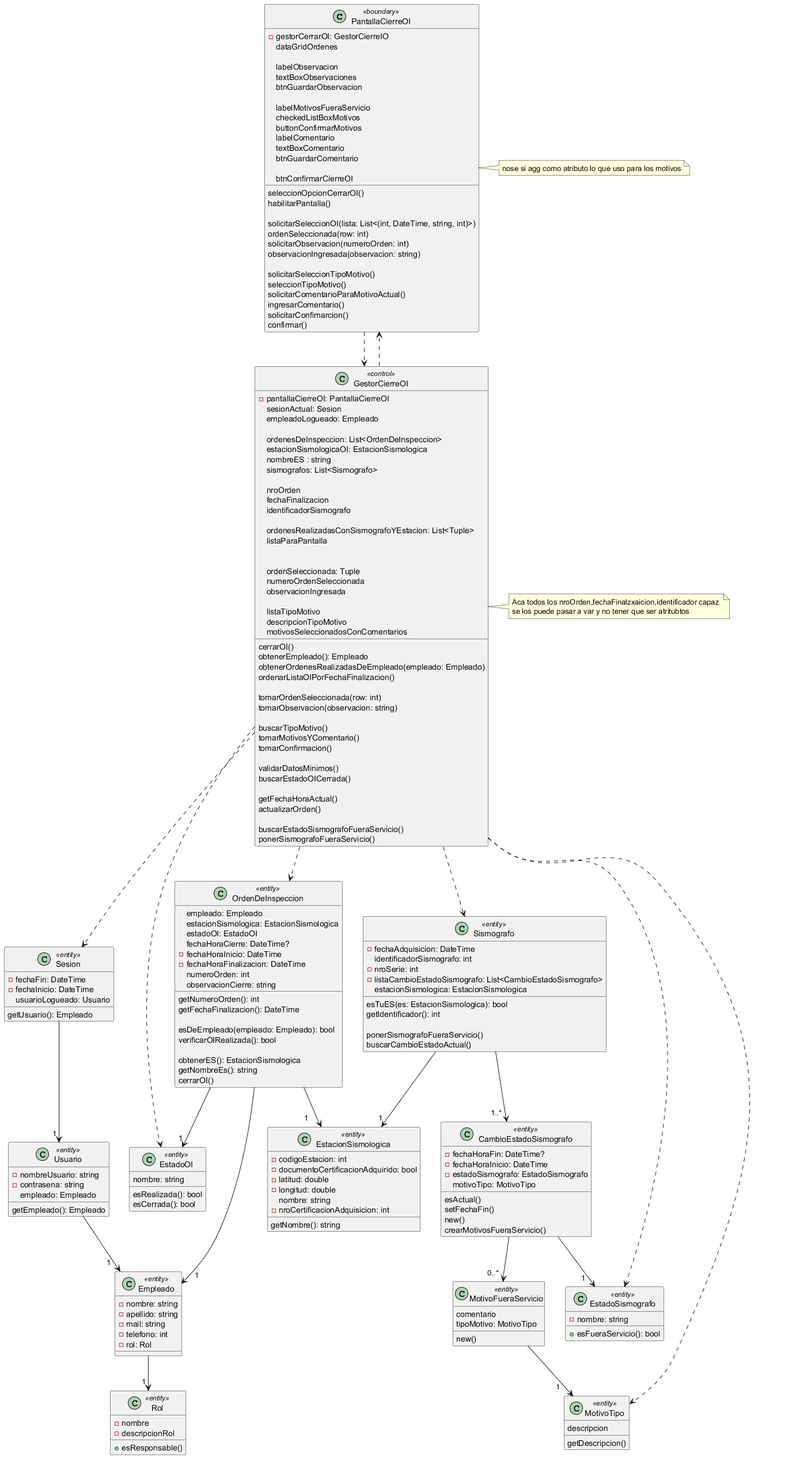
Earlier version of the PlantUML export PPAISismos/PPAISismos/Diagramas/DiagramaDeClasesPLANTUML.png (EmilioGalimberti/PPAISismo1eraEntrega). Source of this version:
```plantuml
@startuml
class PantallaCierreOI <<boundary>> {
    - gestorCerrarOI: GestorCierreIO
    dataGridOrdenes

    labelObservacion
    textBoxObservaciones
    btnGuardarObservacion

    labelMotivosFueraServicio
    checkedListBoxMotivos
    buttonConfirmarMotivos
    labelComentario
    textBoxComentario
    btnGuardarComentario

    btnConfirmarCierreOI

    seleccionOpcionCerrarOI()
    habilitarPantalla()

    solicitarSeleccionOI(lista: List<(int, DateTime, string, int)>)
    ordenSeleccionada(row: int)
    solicitarObservacion(numeroOrden: int)
    observacionIngresada(observacion: string)

    solicitarSeleccionTipoMotivo()
    seleccionTipoMotivo()
    solicitarComentarioParaMotivoActual()
    ingresarComentario()
    solicitarConfimarcion()
    confirmar()


}
note right: nose si agg como atributo lo que uso para los motivos

class GestorCierreOI <<control>> {
    - pantallaCierreOI: PantallaCierreOI
    sesionActual: Sesion
    empleadoLogueado: Empleado

    ordenesDeInspeccion: List<OrdenDeInspeccion>
    estacionSismologicaOI: EstacionSismologica
    nombreES : string
    sismografos: List<Sismografo>

    nroOrden
    fechaFinalizacion
    identificadorSismografo

    ordenesRealizadasConSismografoYEstacion: List<Tuple>
    listaParaPantalla


    ordenSeleccionada: Tuple
    numeroOrdenSeleccionada
    observacionIngresada

    listaTipoMotivo
    descripcionTipoMotivo
    motivosSeleccionadosConComentarios


    cerrarOI()
    obtenerEmpleado(): Empleado
    obtenerOrdenesRealizadasDeEmpleado(empleado: Empleado)
    ordenarListaOIPorFechaFinalizacion()

    tomarOrdenSeleccionada(row: int)
    tomarObservacion(observacion: string)

    buscarTipoMotivo()
    tomarMotivosYComentario()
    tomarConfirmacion()

    validarDatosMinimos()
    buscarEstadoOICerrada()

    getFechaHoraActual()
    actualizarOrden()

    buscarEstadoSismografoFueraServicio()
    ponerSismografoFueraServicio()

}

note right
Aca todos los nroOrden,fechaFinalzxaicion,identificador capaz
se los puede pasar a var y no tener que ser atritubtos
end note

class Sesion <<entity>> {
    - fechaFin: DateTime
    - fechaInicio: DateTime
    usuarioLogueado: Usuario
    getUsuario(): Empleado
}

class Usuario <<entity>> {
    - nombreUsuario: string
    - contrasena: string
    empleado: Empleado
    getEmpleado(): Empleado
}

class Empleado <<entity>> {
    - nombre: string
    - apellido: string
    - mail: string
    - telefono: int
    - rol: Rol

}

class Rol <<entity>>{
-nombre
-descripcionRol
+esResponsable()
}

class OrdenDeInspeccion <<entity>> {
    empleado: Empleado
      estacionSismologica: EstacionSismologica
      estadoOI: EstadoOI
      fechaHoraCierre: DateTime?
      - fechaHoraInicio: DateTime
      - fechaHoraFinalizacion: DateTime
      numeroOrden: int
      observacionCierre: string
      getNumeroOrden(): int
      getFechaFinalizacion(): DateTime

    esDeEmpleado(empleado: Empleado): bool
    verificarOIRealizada(): bool

    obtenerES(): EstacionSismologica
    getNombreEs(): string


    cerrarOI()
}

class EstadoOI <<entity>>{
      nombre: string
      esRealizada(): bool
      esCerrada(): bool
  }

class EstacionSismologica <<entity>>
{
- codigoEstacion: int
      - documentoCertificacionAdquirido: bool
      - latitud: double
      - longitud: double
      nombre: string
      - nroCertificacionAdquisicion: int
      getNombre(): string
}

class Sismografo <<entity>> {
     -fechaAdquisicion: DateTime
      identificadorSismografo: int
      - nroSerie: int
      - listaCambioEstadoSismografo: List<CambioEstadoSismografo>
      estacionSismologica: EstacionSismologica
      esTuES(es: EstacionSismologica): bool
      getIdentificador(): int

      ponerSismografoFueraServicio()
      buscarCambioEstadoActual()
}

class EstadoSismografo <<entity>> {
      - nombre: string
      + esFueraServicio(): bool
}

 class CambioEstadoSismografo <<entity>>{
      - fechaHoraFin: DateTime?
      - fechaHoraInicio: DateTime
      - estadoSismografo: EstadoSismografo
      motivoTipo: MotivoTipo

      esActual()
      setFechaFin()
      new()
      crearMotivosFueraServicio()
  }

class MotivoTipo <<entity>>{
   descripcion
   getDescripcion()
}

class MotivoFueraServicio <<entity>>{
   comentario
   tipoMotivo: MotivoTipo
   new()
}

PantallaCierreOI ..> GestorCierreOI
GestorCierreOI ..> PantallaCierreOI
GestorCierreOI ..> Sesion
GestorCierreOI ..> OrdenDeInspeccion
GestorCierreOI ..> Sismografo
GestorCierreOI ..> MotivoTipo
GestorCierreOI ..> EstadoOI
GestorCierreOI ..> EstadoSismografo
Sesion --> "1 " Usuario
Usuario --> "1   " Empleado
Empleado --> "1 " Rol
OrdenDeInspeccion --> "1     " EstacionSismologica
OrdenDeInspeccion --> "1 " EstadoOI
OrdenDeInspeccion --> "    1" Empleado
Sismografo --> "1 " EstacionSismologica
Sismografo --> "1..*  " CambioEstadoSismografo
CambioEstadoSismografo --> "1   " EstadoSismografo

MotivoFueraServicio --> "1    "  MotivoTipo
CambioEstadoSismografo --> "0..*  " MotivoFueraServicio

@enduml
```
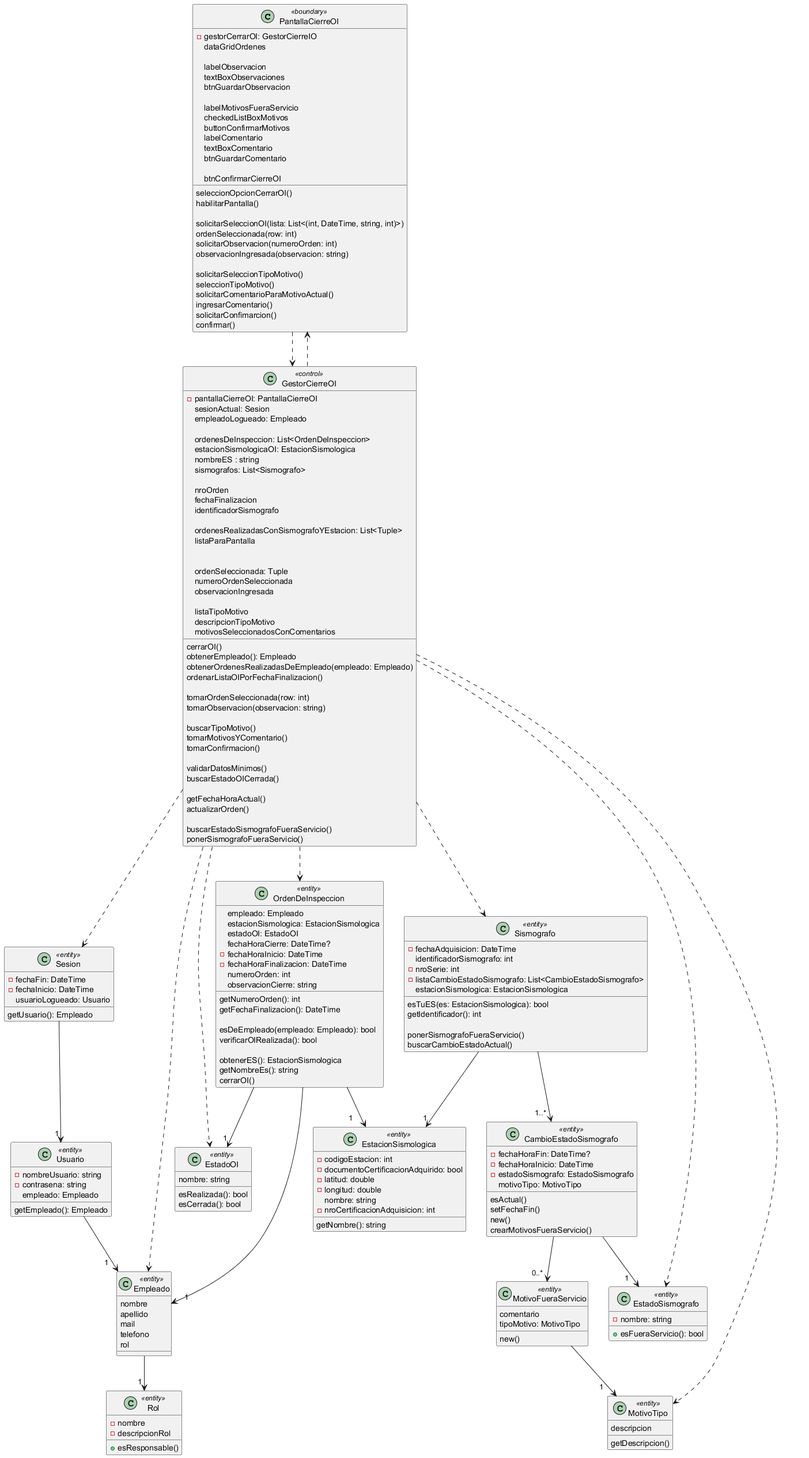
The same diagram one commit later.

Commit message:
listo asociado el empleado al cambio de estado

The edit, as a diff of the source:
```diff
@@ -33,7 +33,6 @@
 
 
 }
-note right: nose si agg como atributo lo que uso para los motivos
 
 class GestorCierreOI <<control>> {
     - pantallaCierreOI: PantallaCierreOI
@@ -85,11 +84,6 @@
 
 }
 
-note right
-Aca todos los nroOrden,fechaFinalzxaicion,identificador capaz
-se los puede pasar a var y no tener que ser atritubtos
-end note
-
 class Sesion <<entity>> {
     - fechaFin: DateTime
     - fechaInicio: DateTime
@@ -105,11 +99,11 @@
 }
 
 class Empleado <<entity>> {
-    - nombre: string
-    - apellido: string
-    - mail: string
-    - telefono: int
-    - rol: Rol
+    nombre
+    apellido
+    mail
+    telefono
+    rol
 
 }
 
@@ -207,6 +201,7 @@
 GestorCierreOI ..> MotivoTipo
 GestorCierreOI ..> EstadoOI
 GestorCierreOI ..> EstadoSismografo
+GestorCierreOI ..> Empleado
 Sesion --> "1 " Usuario
 Usuario --> "1   " Empleado
 Empleado --> "1 " Rol
```
